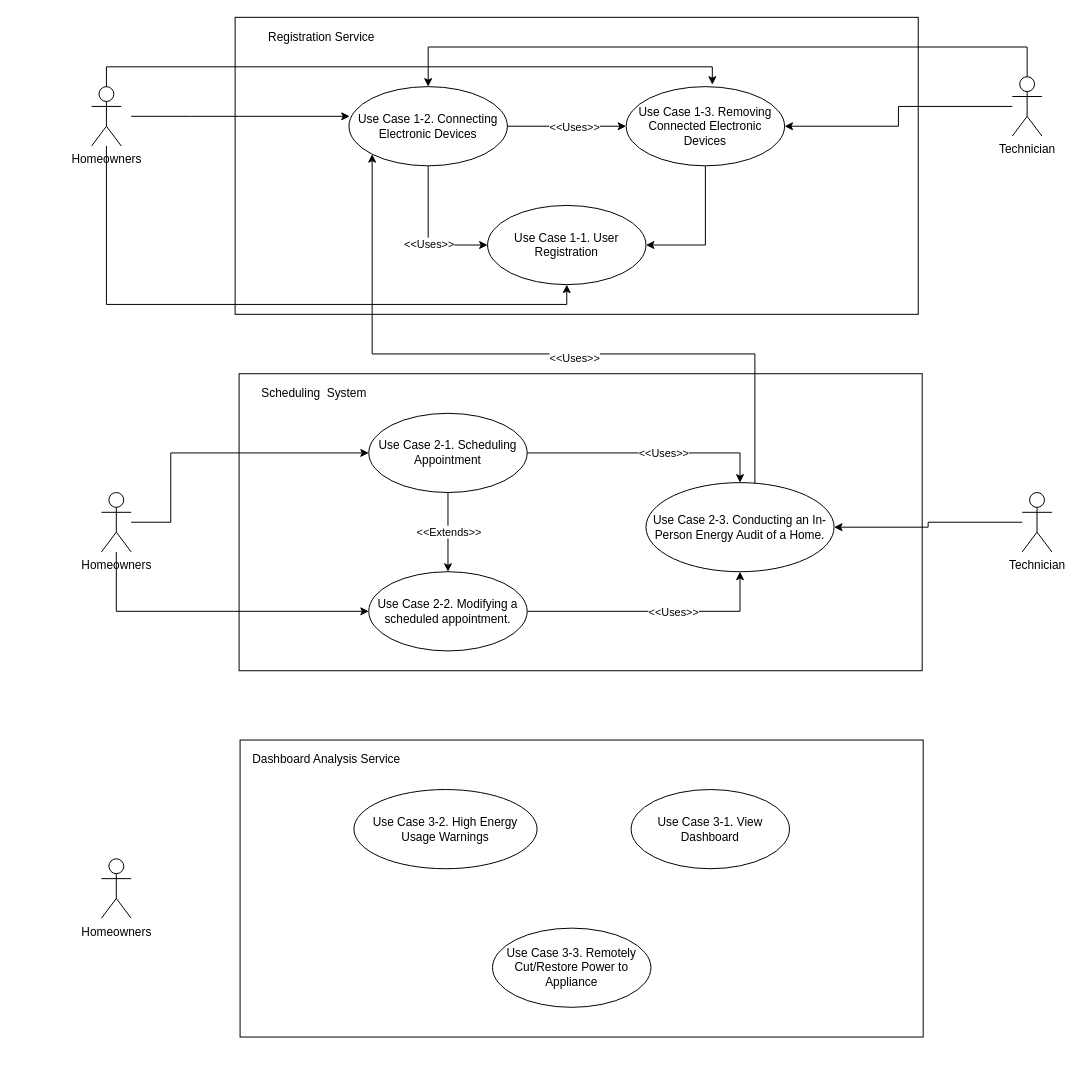
Before: Use Case Diagram Milestone 1.drawio in uvic-teach/project-m1-team15, a draw.io diagram. Source tidied: cells renumbered, new cells numbered last; positions are measured from the earlier drawing's top-left corner, leaving out a move shared by most shapes. Both pictures are drawn from the tidied source at 99%, with x=0, y=0 at pixel (91, 17).
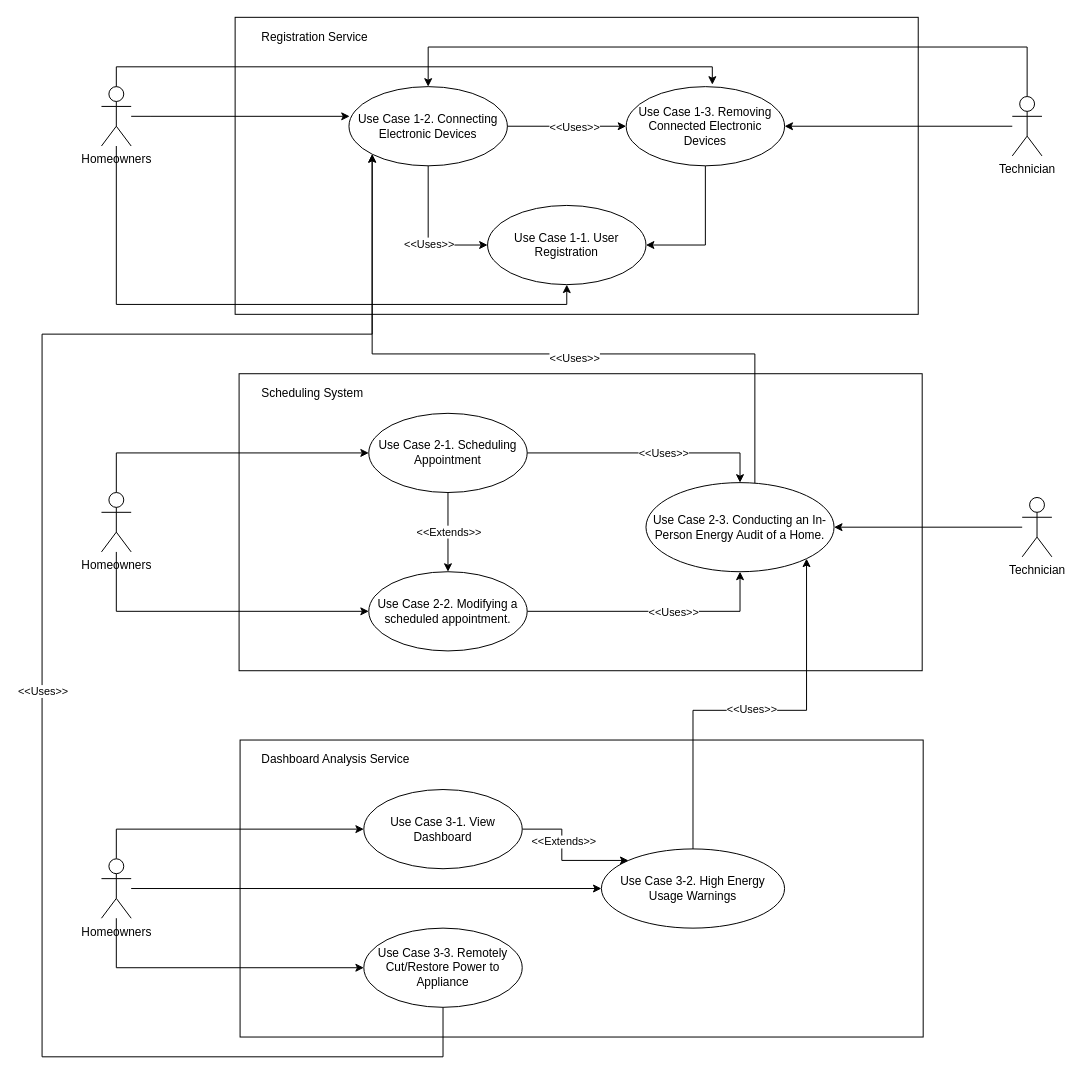
Above is the later version.

Unchanged cells that the change refers to:
```xml
<mxCell id="6" value="Homeowners" style="shape=umlActor;verticalLabelPosition=bottom;verticalAlign=top;html=1;outlineConnect=0;" parent="1" vertex="1">
  <mxGeometry x="10" y="480" width="30" height="60" as="geometry" />
</mxCell>
<mxCell id="13" value="Use Case 2-1. Scheduling Appointment" style="ellipse;whiteSpace=wrap;html=1;" parent="1" vertex="1">
  <mxGeometry x="280" y="400" width="160" height="80" as="geometry" />
</mxCell>
<mxCell id="19" value="Use Case 2-3. Conducting an In-Person Energy Audit of a Home." style="ellipse;whiteSpace=wrap;html=1;" parent="1" vertex="1">
  <mxGeometry x="560" y="470" width="190" height="90" as="geometry" />
</mxCell>
<mxCell id="21" value="Use Case 1-2. Connecting Electronic Devices" style="ellipse;whiteSpace=wrap;html=1;" parent="1" vertex="1">
  <mxGeometry x="260" y="70" width="160" height="80" as="geometry" />
</mxCell>
<mxCell id="23" value="Use Case 1-3. Removing Connected Electronic Devices" style="ellipse;whiteSpace=wrap;html=1;" parent="1" vertex="1">
  <mxGeometry x="540" y="70" width="160" height="80" as="geometry" />
</mxCell>
<mxCell id="24" value="Use Case 1-1. User Registration" style="ellipse;whiteSpace=wrap;html=1;" parent="1" vertex="1">
  <mxGeometry x="400" y="190" width="160" height="80" as="geometry" />
</mxCell>
<mxCell id="42" value="Homeowners" style="shape=umlActor;verticalLabelPosition=bottom;verticalAlign=top;html=1;outlineConnect=0;" parent="1" vertex="1">
  <mxGeometry x="10" y="850" width="30" height="60" as="geometry" />
</mxCell>
```

Diff of the diagram source:
```diff
@@
     <mxCell id="4" style="edgeStyle=orthogonalEdgeStyle;rounded=0;jettySize=auto;html=1;entryX=0;entryY=0.5;entryDx=0;entryDy=0;" parent="1" edge="1" source="6" target="13">
       <mxGeometry relative="1" as="geometry">
         <Array as="points">
-          <mxPoint x="80" y="510" />
-          <mxPoint x="80" y="440" />
+          <mxPoint x="25" y="440" />
         </Array>
       </mxGeometry>
     </mxCell>
@@
     <mxCell id="8" value="Technician" style="shape=umlActor;verticalLabelPosition=bottom;verticalAlign=top;html=1;outlineConnect=0;" parent="1" vertex="1">
-      <mxGeometry x="940" y="480" width="30" height="60" as="geometry" />
+      <mxGeometry x="940" y="485" width="30" height="60" as="geometry" />
     </mxCell>
@@
-    <mxCell id="20" value="Scheduling&amp;nbsp; System" style="text;html=1;strokeColor=none;fillColor=none;align=center;verticalAlign=middle;whiteSpace=wrap;rounded=0;" parent="1" vertex="1">
+    <mxCell id="20" value="Scheduling System" style="text;html=1;strokeColor=none;fillColor=none;align=left;verticalAlign=middle;whiteSpace=wrap;rounded=0;" parent="1" vertex="1">
       <mxGeometry x="170" y="360" width="110" height="40" as="geometry" />
     </mxCell>
@@
-    <mxCell id="25" value="Registration Service" style="text;html=1;strokeColor=none;fillColor=none;align=center;verticalAlign=middle;whiteSpace=wrap;rounded=0;" parent="1" vertex="1">
-      <mxGeometry x="145" width="175" height="40" as="geometry" />
+    <mxCell id="25" value="Registration Service" style="text;html=1;strokeColor=none;fillColor=none;align=left;verticalAlign=middle;whiteSpace=wrap;rounded=0;" parent="1" vertex="1">
+      <mxGeometry x="170" width="175" height="40" as="geometry" />
     </mxCell>
@@
+    <mxCell id="43" style="edgeStyle=orthogonalEdgeStyle;rounded=0;jettySize=auto;html=1;entryX=1;entryY=1;entryDx=0;entryDy=0;" parent="1" edge="1" source="27" target="19">
+      <mxGeometry relative="1" as="geometry" />
+    </mxCell>
+    <mxCell id="44" value="&amp;lt;&amp;lt;Uses&amp;gt;&amp;gt;" style="edgeLabel;html=1;align=center;verticalAlign=middle;" parent="43" vertex="1">
+      <mxGeometry x="-0.03" y="2" relative="1" as="geometry">
+        <mxPoint x="1" as="offset" />
+      </mxGeometry>
+    </mxCell>
     <mxCell id="27" value="Use Case 3-2. High Energy Usage Warnings" style="ellipse;whiteSpace=wrap;html=1;" parent="1" vertex="1">
-      <mxGeometry x="265" y="780" width="185" height="80" as="geometry" />
+      <mxGeometry x="515" y="840" width="185" height="80" as="geometry" />
     </mxCell>
+    <mxCell id="45" style="edgeStyle=orthogonalEdgeStyle;rounded=0;jettySize=auto;html=1;exitX=1;exitY=0.5;exitDx=0;exitDy=0;entryX=0;entryY=0;entryDx=0;entryDy=0;" parent="1" edge="1" source="28" target="27">
+      <mxGeometry relative="1" as="geometry" />
+    </mxCell>
+    <mxCell id="46" value="&amp;lt;&amp;lt;Extends&amp;gt;&amp;gt;" style="edgeLabel;html=1;align=center;verticalAlign=middle;" parent="45" vertex="1">
+      <mxGeometry x="-0.25" y="1" relative="1" as="geometry" />
+    </mxCell>
     <mxCell id="28" value="Use Case 3-1. View Dashboard" style="ellipse;whiteSpace=wrap;html=1;" parent="1" vertex="1">
-      <mxGeometry x="545" y="780" width="160" height="80" as="geometry" />
+      <mxGeometry x="275" y="780" width="160" height="80" as="geometry" />
     </mxCell>
+    <mxCell id="47" style="edgeStyle=orthogonalEdgeStyle;rounded=0;jettySize=auto;html=1;exitX=0.5;exitY=1;exitDx=0;exitDy=0;entryX=0;entryY=1;entryDx=0;entryDy=0;" parent="1" edge="1" source="29" target="21">
+      <mxGeometry relative="1" as="geometry">
+        <Array as="points">
+          <mxPoint x="355" y="1050" />
+          <mxPoint x="-50" y="1050" />
+          <mxPoint x="-50" y="320" />
+          <mxPoint x="283" y="320" />
+        </Array>
+      </mxGeometry>
+    </mxCell>
+    <mxCell id="48" value="&amp;lt;&amp;lt;Uses&amp;gt;&amp;gt;" style="edgeLabel;html=1;align=center;verticalAlign=middle;" parent="47" vertex="1">
+      <mxGeometry x="-0.03" relative="1" as="geometry" />
+    </mxCell>
     <mxCell id="29" value="Use Case 3-3. Remotely Cut/Restore Power to Appliance" style="ellipse;whiteSpace=wrap;html=1;" parent="1" vertex="1">
-      <mxGeometry x="405" y="920" width="160" height="80" as="geometry" />
+      <mxGeometry x="275" y="920" width="160" height="80" as="geometry" />
     </mxCell>
-    <mxCell id="30" value="Dashboard Analysis Service" style="text;html=1;strokeColor=none;fillColor=none;align=center;verticalAlign=middle;whiteSpace=wrap;rounded=0;" parent="1" vertex="1">
-      <mxGeometry x="150" y="730" width="175" height="40" as="geometry" />
+    <mxCell id="30" value="Dashboard Analysis Service" style="text;html=1;strokeColor=none;fillColor=none;align=left;verticalAlign=middle;whiteSpace=wrap;rounded=0;" parent="1" vertex="1">
+      <mxGeometry x="170" y="730" width="175" height="40" as="geometry" />
     </mxCell>
-    <mxCell id="31" style="edgeStyle=orthogonalEdgeStyle;rounded=0;orthogonalLoop=1;jettySize=auto;html=1;" parent="1" edge="1">
+    <mxCell id="31" style="edgeStyle=orthogonalEdgeStyle;rounded=0;jettySize=auto;html=1;" parent="1" edge="1" source="33">
       <mxGeometry relative="1" as="geometry">
-        <mxPoint x="40" y="100" as="sourcePoint" />
         <mxPoint x="260.7" y="100" as="targetPoint" />
         <Array as="points">
-          <mxPoint x="100" y="100" />
-          <mxPoint x="100" y="100" />
+          <mxPoint x="60" y="100" />
+          <mxPoint x="60" y="100" />
         </Array>
       </mxGeometry>
     </mxCell>
     <mxCell id="32" style="edgeStyle=orthogonalEdgeStyle;rounded=0;jettySize=auto;html=1;entryX=0.5;entryY=1;entryDx=0;entryDy=0;" parent="1" edge="1" source="33" target="24">
       <mxGeometry relative="1" as="geometry">
         <Array as="points">
-          <mxPoint x="15" y="290" />
+          <mxPoint x="25" y="290" />
           <mxPoint x="480" y="290" />
         </Array>
       </mxGeometry>
     </mxCell>
     <mxCell id="33" value="Homeowners" style="shape=umlActor;verticalLabelPosition=bottom;verticalAlign=top;html=1;outlineConnect=0;" parent="1" vertex="1">
-      <mxGeometry y="70" width="30" height="60" as="geometry" />
+      <mxGeometry x="10" y="70" width="30" height="60" as="geometry" />
     </mxCell>
@@
     <mxCell id="36" value="Technician" style="shape=umlActor;verticalLabelPosition=bottom;verticalAlign=top;html=1;outlineConnect=0;" parent="1" vertex="1">
-      <mxGeometry x="930" y="60" width="30" height="60" as="geometry" />
+      <mxGeometry x="930" y="80" width="30" height="60" as="geometry" />
     </mxCell>
@@
     <mxCell id="41" style="edgeStyle=orthogonalEdgeStyle;rounded=0;jettySize=auto;html=1;entryX=0.544;entryY=-0.025;entryDx=0;entryDy=0;entryPerimeter=0;" parent="1" edge="1" source="33" target="23">
       <mxGeometry relative="1" as="geometry">
         <Array as="points">
-          <mxPoint x="15" y="50" />
+          <mxPoint x="25" y="50" />
           <mxPoint x="627" y="50" />
         </Array>
       </mxGeometry>
     </mxCell>
+    <mxCell id="49" style="edgeStyle=orthogonalEdgeStyle;rounded=0;jettySize=auto;html=1;entryX=0;entryY=0.5;entryDx=0;entryDy=0;" parent="1" edge="1" source="42" target="28">
+      <mxGeometry relative="1" as="geometry">
+        <Array as="points">
+          <mxPoint x="25" y="820" />
+        </Array>
+      </mxGeometry>
+    </mxCell>
+    <mxCell id="50" style="edgeStyle=orthogonalEdgeStyle;rounded=0;jettySize=auto;html=1;entryX=0;entryY=0.5;entryDx=0;entryDy=0;" parent="1" edge="1" source="42" target="29">
+      <mxGeometry relative="1" as="geometry">
+        <Array as="points">
+          <mxPoint x="25" y="960" />
+        </Array>
+      </mxGeometry>
+    </mxCell>
+    <mxCell id="51" style="edgeStyle=orthogonalEdgeStyle;rounded=0;jettySize=auto;html=1;entryX=0;entryY=0.5;entryDx=0;entryDy=0;" parent="1" edge="1" source="42" target="27">
+      <mxGeometry relative="1" as="geometry" />
+    </mxCell>
```
